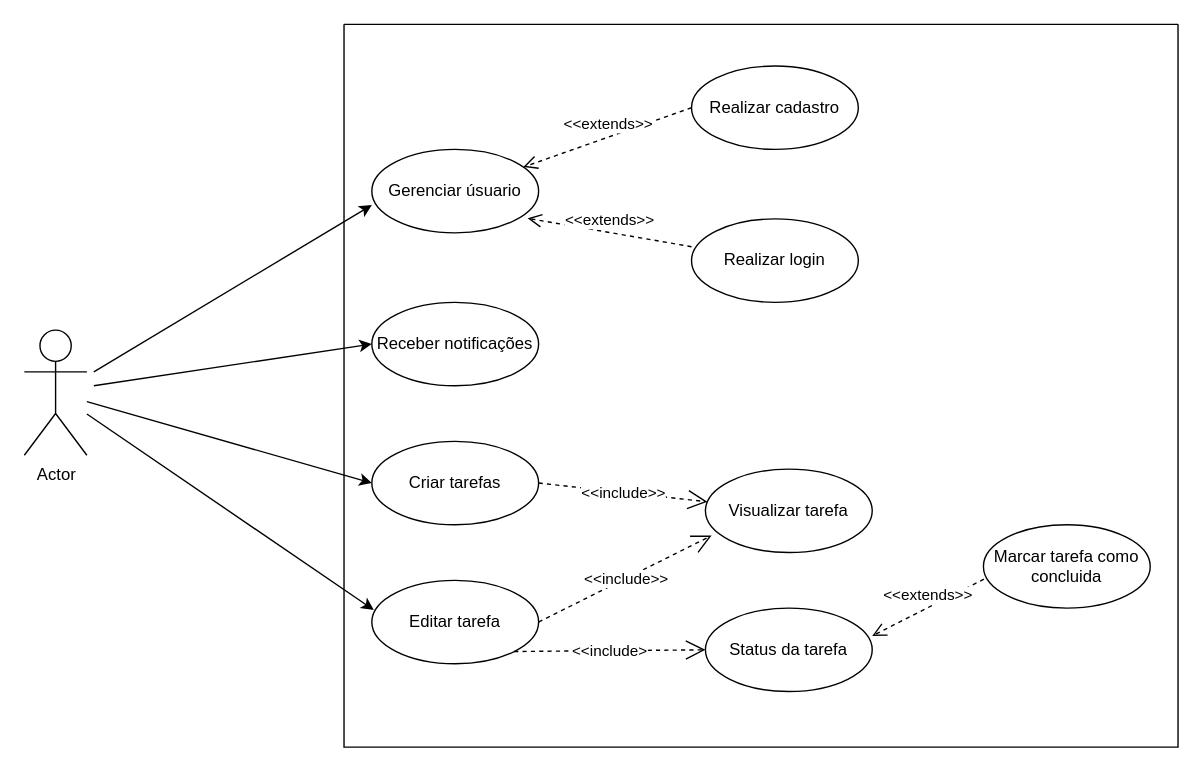
Earlier version of the draw.io diagram CasoUso_SGTP.drawio (SAMUKISZHSD/Draw.io). Source tidied: cells renumbered, new cells numbered last; positions are measured from the earlier drawing's top-left corner, leaving out a move shared by most shapes. Both pictures are drawn from the tidied source at 139%, with x=0, y=0 at pixel (24, 24).
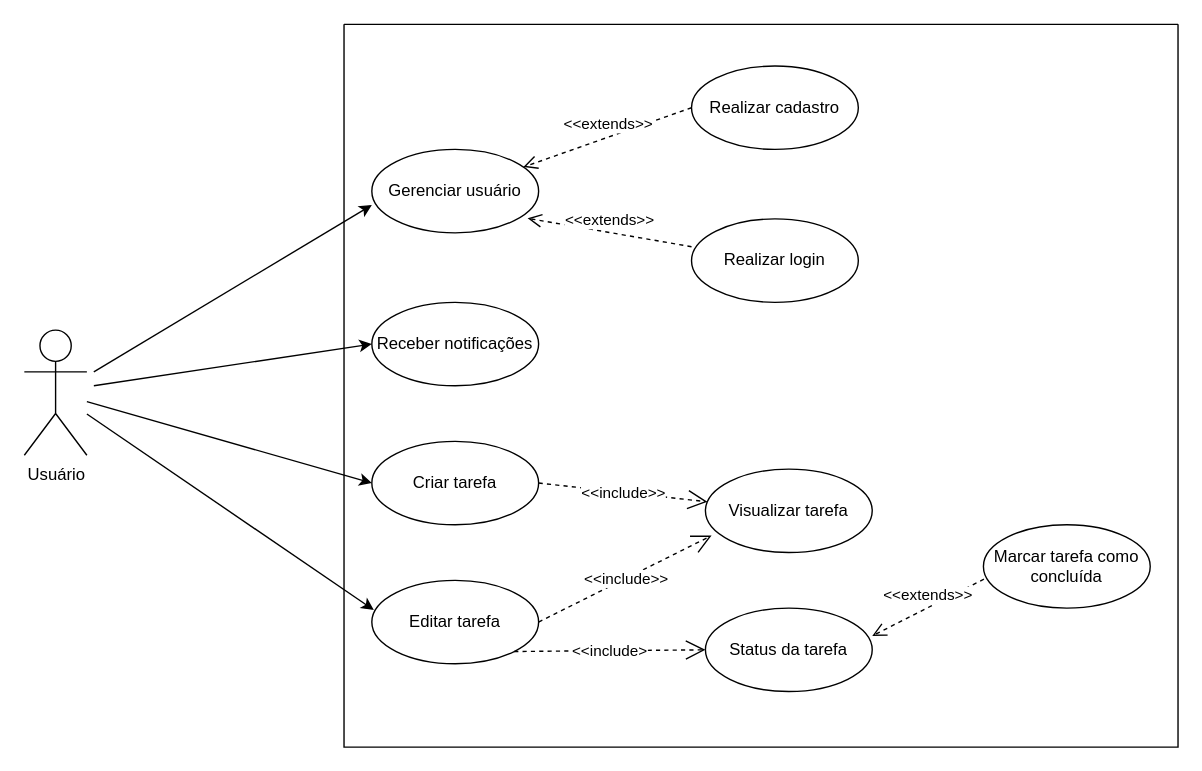
After the change.

Change to the diagram source:
```diff
@@
-    <mxCell id="2" value="Actor" style="shape=umlActor;verticalLabelPosition=bottom;verticalAlign=top;html=1;outlineConnect=0;" parent="1" vertex="1">
+    <mxCell id="2" value="Usuário" style="shape=umlActor;verticalLabelPosition=bottom;verticalAlign=top;html=1;outlineConnect=0;" parent="1" vertex="1">
       <mxGeometry y="220" width="45" height="90" as="geometry" />
     </mxCell>
-    <mxCell id="3" value="Gerenciar úsuario" style="ellipse;whiteSpace=wrap;html=1;" parent="1" vertex="1">
+    <mxCell id="3" value="Gerenciar usuário" style="ellipse;whiteSpace=wrap;html=1;" parent="1" vertex="1">
       <mxGeometry x="250" y="90" width="120" height="60" as="geometry" />
     </mxCell>
@@
-    <mxCell id="6" value="Criar tarefas" style="ellipse;whiteSpace=wrap;html=1;" parent="1" vertex="1">
+    <mxCell id="6" value="Criar tarefa" style="ellipse;whiteSpace=wrap;html=1;" parent="1" vertex="1">
       <mxGeometry x="250" y="300" width="120" height="60" as="geometry" />
     </mxCell>
@@
-    <mxCell id="20" value="Marcar tarefa como concluida" style="ellipse;whiteSpace=wrap;html=1;" parent="1" vertex="1">
+    <mxCell id="20" value="Marcar tarefa como concluída" style="ellipse;whiteSpace=wrap;html=1;" parent="1" vertex="1">
       <mxGeometry x="690" y="360" width="120" height="60" as="geometry" />
     </mxCell>
```
